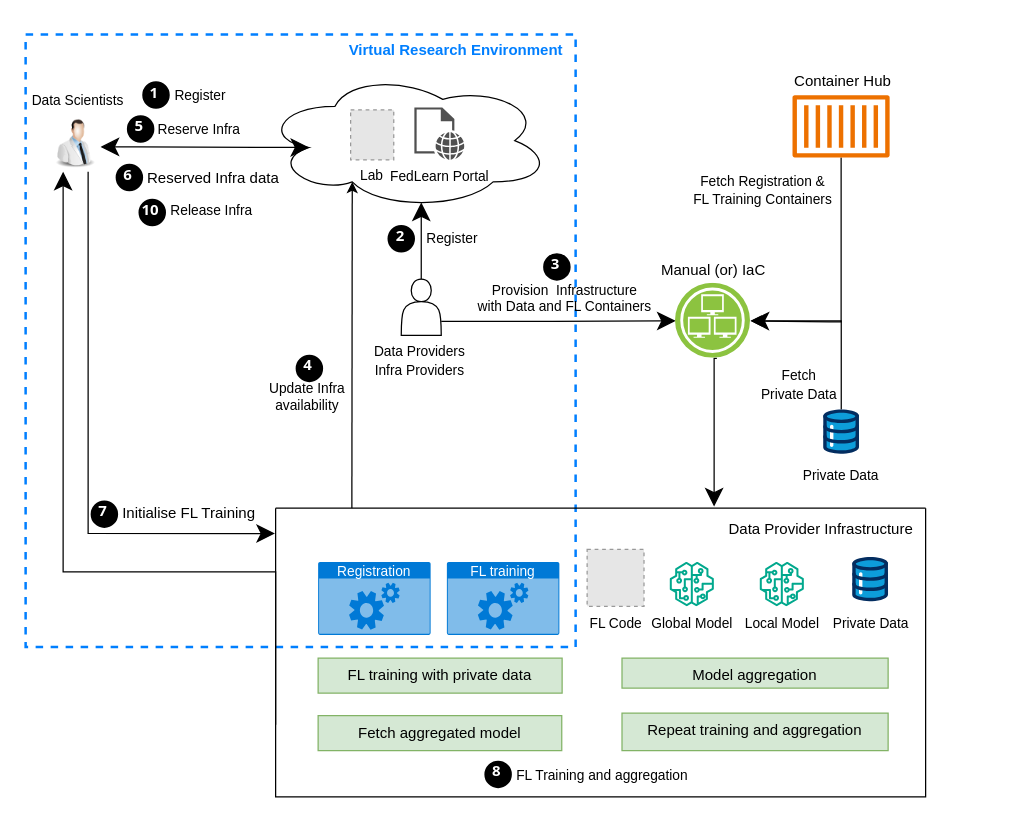
Above: Thesis/Workflow.drawio in anandanlk/Drawings (draw.io), before the change. Source tidied: cells renumbered, new cells numbered last; positions are measured from the earlier drawing's top-left corner, leaving out a move shared by most shapes. Both pictures are drawn from the tidied source at 125%, with x=0, y=0 at pixel (21, 21). Pictures stored in the file or linked from it are replaced by grey dashed boxes.
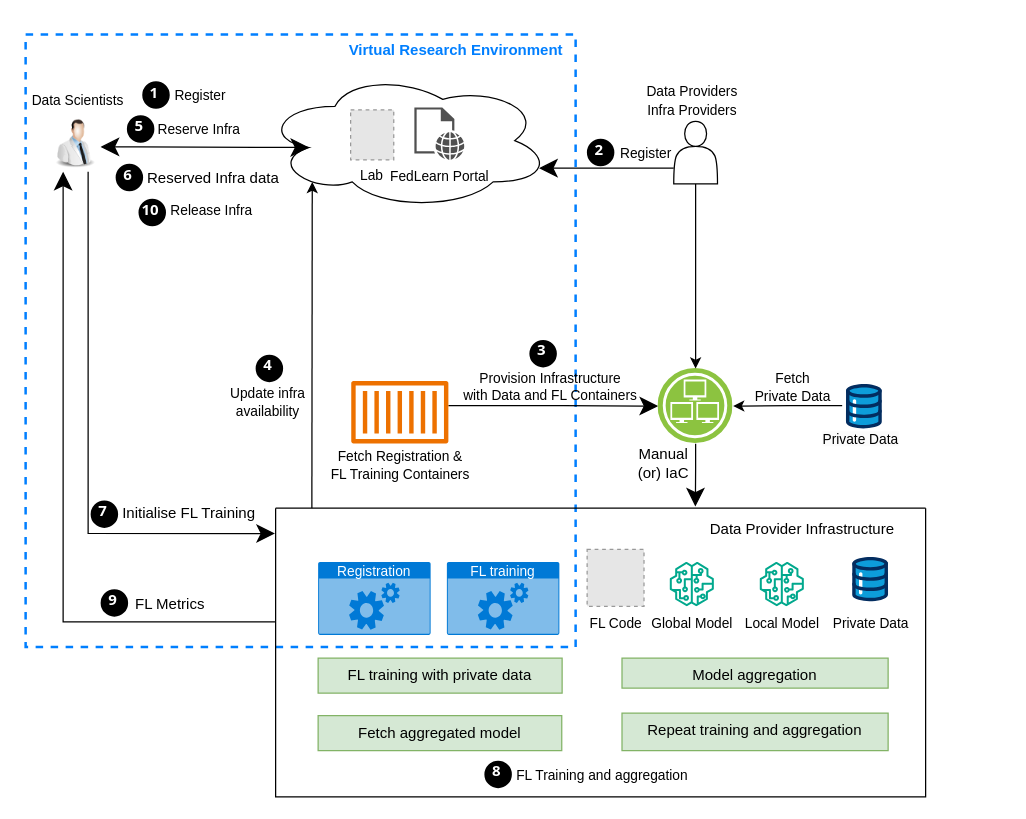
The same diagram, later.

Unchanged cells that the change refers to:
```xml
<mxCell id="3" style="image;html=1;image=img/lib/clip_art/people/Scientist_Man_128x128.png;" parent="1" vertex="1">
  <mxGeometry x="23" y="74.9" width="40" height="45" as="geometry" />
</mxCell>
<mxCell id="10" style="ellipse;shape=cloud;whiteSpace=wrap;html=1;" parent="9" vertex="1">
  <mxGeometry x="-20" y="40" width="230" height="110" as="geometry" />
</mxCell>
<mxCell id="24" style="swimlane;startSize=0;" parent="1" vertex="1">
  <mxGeometry x="203" y="389" width="520" height="231" as="geometry" />
</mxCell>
```

Diff of the diagram source:
```diff
@@
-    <mxCell id="5" style="group;" parent="1" vertex="1">
-      <mxGeometry x="352" y="204.8" width="85" height="69" as="geometry" />
-    </mxCell>
-    <mxCell id="6" style="shape=actor;whiteSpace=wrap;html=1;" parent="5" vertex="1">
-      <mxGeometry x="-48.5" y="1" width="32" height="45" as="geometry" />
-    </mxCell>
-    <mxCell id="7" style="edgeStyle=orthogonalEdgeStyle;rounded=0;orthogonalLoop=1;jettySize=auto;html=1;exitX=0.5;exitY=1;exitDx=0;exitDy=0;entryX=0.622;entryY=-0.007;entryDx=0;entryDy=0;entryPerimeter=0;endSize=12;startSize=12;" parent="1" edge="1">
+    <mxCell id="7" style="edgeStyle=orthogonalEdgeStyle;rounded=0;jettySize=auto;html=1;exitX=0.5;exitY=1;exitDx=0;exitDy=0;entryX=0.622;entryY=-0.007;entryDx=0;entryDy=0;entryPerimeter=0;endSize=12;startSize=12;" parent="1" edge="1" source="42">
       <mxGeometry relative="1" as="geometry">
-        <mxPoint x="556" y="269.2" as="sourcePoint" />
-        <mxPoint x="553.8" y="387.7" as="targetPoint" />
-        <Array as="points">
-          <mxPoint x="554" y="269" />
-        </Array>
+        <mxPoint x="538.8" y="387.7" as="targetPoint" />
       </mxGeometry>
     </mxCell>
-    <mxCell id="8" value="Update Infra&lt;div&gt;availability&lt;/div&gt;" style="edgeLabel;html=1;align=center;verticalAlign=middle;labelBackgroundColor=none;" parent="7" vertex="1">
-      <mxGeometry x="-0.18" relative="1" as="geometry">
-        <mxPoint x="-326" y="-16" as="offset" />
-      </mxGeometry>
-    </mxCell>
@@
-    <mxCell id="15" style="edgeStyle=orthogonalEdgeStyle;rounded=0;jettySize=auto;html=1;exitX=0.5;exitY=0;exitDx=0;exitDy=0;entryX=0.55;entryY=0.95;entryDx=0;entryDy=0;entryPerimeter=0;endSize=12;startSize=12;" parent="1" edge="1" source="6" target="10">
+    <mxCell id="15" style="edgeStyle=orthogonalEdgeStyle;rounded=0;jettySize=auto;html=1;exitX=0;exitY=0.75;exitDx=0;exitDy=0;entryX=0.96;entryY=0.7;entryDx=0;entryDy=0;entryPerimeter=0;endSize=12;startSize=12;" parent="1" edge="1" source="61" target="10">
       <mxGeometry relative="1" as="geometry" />
     </mxCell>
     <mxCell id="16" value="Register" style="edgeLabel;html=1;align=center;verticalAlign=middle;labelBackgroundColor=none;" parent="15" vertex="1">
       <mxGeometry x="-0.2" relative="1" as="geometry">
-        <mxPoint x="24" y="-8" as="offset" />
+        <mxPoint x="20" y="-13" as="offset" />
       </mxGeometry>
     </mxCell>
-    <mxCell id="17" style="edgeStyle=orthogonalEdgeStyle;rounded=0;jettySize=auto;html=1;entryX=1;entryY=0.5;entryDx=0;entryDy=0;endSize=12;startSize=12;" parent="1" edge="1" source="44" target="42">
+    <mxCell id="17" style="edgeStyle=orthogonalEdgeStyle;rounded=0;jettySize=auto;html=1;entryX=0;entryY=0.5;entryDx=0;entryDy=0;endSize=12;startSize=12;" parent="1" edge="1" source="44" target="42">
       <mxGeometry relative="1" as="geometry">
         <Array as="points">
-          <mxPoint x="655" y="240" />
-          <mxPoint x="646" y="240" />
+          <mxPoint x="433" y="307" />
+          <mxPoint x="433" y="307" />
         </Array>
       </mxGeometry>
     </mxCell>
-    <mxCell id="18" style="edgeStyle=orthogonalEdgeStyle;rounded=0;jettySize=auto;html=1;exitX=1;exitY=0.75;exitDx=0;exitDy=0;entryX=0;entryY=0.5;entryDx=0;entryDy=0;endSize=12;startSize=12;" parent="1" edge="1" source="6" target="42">
-      <mxGeometry relative="1" as="geometry" />
-    </mxCell>
-    <mxCell id="19" value="Provision&amp;nbsp;&amp;nbsp;&lt;span style=&quot;background-color: initial;&quot;&gt;Infrastructure&lt;/span&gt;&lt;div&gt;&lt;span style=&quot;background-color: initial;&quot;&gt;with Data and FL Containers&lt;/span&gt;&lt;/div&gt;&lt;div&gt;&lt;div&gt;&lt;br&gt;&lt;/div&gt;&lt;/div&gt;" style="edgeLabel;html=1;align=center;verticalAlign=middle;labelBackgroundColor=none;" parent="18" vertex="1">
-      <mxGeometry x="-0.14" y="-2" relative="1" as="geometry">
-        <mxPoint x="17" y="-14" as="offset" />
-      </mxGeometry>
-    </mxCell>
-    <mxCell id="20" style="edgeStyle=orthogonalEdgeStyle;rounded=0;jettySize=auto;html=1;entryX=1;entryY=0.5;entryDx=0;entryDy=0;" parent="1" edge="1" source="21" target="42">
-      <mxGeometry relative="1" as="geometry">
-        <Array as="points">
-          <mxPoint x="655" y="239" />
-        </Array>
-      </mxGeometry>
+    <mxCell id="20" style="edgeStyle=orthogonalEdgeStyle;rounded=0;jettySize=auto;html=1;entryX=1;entryY=0.5;entryDx=0;entryDy=0;exitX=-0.106;exitY=0.488;exitDx=0;exitDy=0;exitPerimeter=0;" parent="1" edge="1" source="21" target="42">
+      <mxGeometry relative="1" as="geometry" />
     </mxCell>
-    <mxCell id="21" value="Private Data" style="verticalLabelPosition=bottom;html=1;shape=mxgraph.salesforce.data;fontSize=11;" parent="1" vertex="1">
-      <mxGeometry x="641" y="310" width="28.8" height="35.5" as="geometry" />
+    <mxCell id="21" style="verticalLabelPosition=bottom;html=1;shape=mxgraph.salesforce.data;fontSize=11;" parent="1" vertex="1">
+      <mxGeometry x="659.2" y="289.7" width="28.8" height="35.5" as="geometry" />
     </mxCell>
-    <mxCell id="22" style="edgeStyle=orthogonalEdgeStyle;rounded=0;jettySize=auto;html=1;exitX=0;exitY=0.75;exitDx=0;exitDy=0;entryX=0.25;entryY=1;entryDx=0;entryDy=0;endSize=12;startSize=12;" parent="1" edge="1" source="24" target="3">
+    <mxCell id="22" style="edgeStyle=orthogonalEdgeStyle;rounded=0;jettySize=auto;html=1;exitX=-0.001;exitY=0.394;exitDx=0;exitDy=0;entryX=0.25;entryY=1;entryDx=0;entryDy=0;endSize=12;startSize=12;exitPerimeter=0;" parent="1" edge="1" source="24" target="3">
       <mxGeometry relative="1" as="geometry">
         <Array as="points">
-          <mxPoint x="203" y="440" />
-          <mxPoint x="33" y="440" />
+          <mxPoint x="33" y="480" />
         </Array>
       </mxGeometry>
     </mxCell>
@@
     <mxCell id="37" value="Data Provider Infrastructure" style="text;html=1;align=center;verticalAlign=middle;whiteSpace=wrap;rounded=0;" parent="24" vertex="1">
-      <mxGeometry x="343" y="7" width="186.5" height="20" as="geometry" />
+      <mxGeometry x="328" y="7" width="186.5" height="20" as="geometry" />
     </mxCell>
@@
-    <mxCell id="39" value="&lt;font style=&quot;font-size: 11px;&quot;&gt;Data Providers&lt;/font&gt;&lt;div&gt;&lt;span style=&quot;font-size: 11px;&quot;&gt;Infra Providers&lt;/span&gt;&lt;/div&gt;" style="text;html=1;align=center;verticalAlign=middle;whiteSpace=wrap;rounded=0;" parent="1" vertex="1">
-      <mxGeometry x="275.5" y="258" width="85" height="25" as="geometry" />
-    </mxCell>
@@
-    <mxCell id="42" style="image;perimeter=ellipsePerimeter;html=1;align=center;shadow=0;dashed=0;fontColor=#4277BB;labelBackgroundColor=default;fontSize=12;spacingTop=3;image=img/lib/ibm/infrastructure/infrastructure_services.svg;" parent="1" vertex="1">
-      <mxGeometry x="523" y="209.2" width="60" height="60" as="geometry" />
-    </mxCell>
-    <mxCell id="43" value="Manual (or) IaC" style="text;html=1;align=center;verticalAlign=middle;whiteSpace=wrap;rounded=0;" parent="1" vertex="1">
-      <mxGeometry x="504.5" y="183.5" width="97" height="30" as="geometry" />
+    <mxCell id="43" value="Manual&lt;div&gt;(or) IaC&lt;/div&gt;" style="text;html=1;align=center;verticalAlign=middle;whiteSpace=wrap;rounded=0;" parent="1" vertex="1">
+      <mxGeometry x="465" y="338.2" width="97" height="30" as="geometry" />
     </mxCell>
     <mxCell id="44" style="sketch=0;outlineConnect=0;fontColor=#232F3E;gradientColor=none;fillColor=#ED7100;strokeColor=none;dashed=0;verticalLabelPosition=bottom;verticalAlign=top;align=center;html=1;fontSize=12;fontStyle=0;shape=mxgraph.aws4.container_1;" parent="1" vertex="1">
-      <mxGeometry x="616.5" y="58.5" width="77.7" height="50.2" as="geometry" />
+      <mxGeometry x="263.5" y="287.2" width="77.7" height="50.2" as="geometry" />
     </mxCell>
-    <mxCell id="45" value="Container Hub" style="text;html=1;align=center;verticalAlign=middle;whiteSpace=wrap;rounded=0;" parent="1" vertex="1">
-      <mxGeometry x="617.4" y="33" width="80" height="30" as="geometry" />
-    </mxCell>
-    <mxCell id="46" value="&lt;div style=&quot;font-size: 11px; text-wrap: nowrap;&quot;&gt;&lt;br&gt;&lt;/div&gt;" style="text;html=1;align=center;verticalAlign=middle;whiteSpace=wrap;rounded=0;" parent="1" vertex="1">
-      <mxGeometry x="657" y="119.9" width="130" height="70" as="geometry" />
-    </mxCell>
     <mxCell id="47" value="&lt;span style=&quot;font-size: 11px; text-wrap: nowrap;&quot;&gt;Fetch&lt;/span&gt;&lt;div&gt;&lt;span style=&quot;font-size: 11px; text-wrap: nowrap;&quot;&gt;Private Data&lt;/span&gt;&lt;/div&gt;" style="text;html=1;align=center;verticalAlign=middle;whiteSpace=wrap;rounded=0;" parent="1" vertex="1">
-      <mxGeometry x="592" y="275" width="60" height="30" as="geometry" />
+      <mxGeometry x="586.5" y="277.4" width="60" height="30" as="geometry" />
     </mxCell>
     <mxCell id="48" value="&lt;div style=&quot;text-wrap: nowrap; font-size: 11px;&quot;&gt;Fetch Registration &amp;amp;&lt;/div&gt;&lt;div style=&quot;text-wrap: nowrap; font-size: 11px;&quot;&gt;FL Training Containers&lt;/div&gt;" style="text;html=1;align=center;verticalAlign=middle;whiteSpace=wrap;rounded=0;" parent="1" vertex="1">
-      <mxGeometry x="563" y="119.9" width="60" height="30" as="geometry" />
+      <mxGeometry x="273.3" y="340.4" width="60" height="30" as="geometry" />
     </mxCell>
@@
     <mxCell id="50" value="2" style="ellipse;whiteSpace=wrap;html=1;strokeWidth=2;fontFamily=Tahoma;spacingBottom=4;spacingRight=2;fillColor=#000000;fontColor=#FFFFFF;fontStyle=1;" parent="1" vertex="1">
-      <mxGeometry x="293.5" y="163.5" width="20" height="20" as="geometry" />
+      <mxGeometry x="453" y="94.5" width="20" height="20" as="geometry" />
     </mxCell>
     <mxCell id="51" value="4" style="ellipse;whiteSpace=wrap;html=1;strokeWidth=2;fontFamily=Tahoma;spacingBottom=4;spacingRight=2;fillColor=#000000;fontColor=#FFFFFF;fontStyle=1;" parent="1" vertex="1">
-      <mxGeometry x="220" y="267.2" width="20" height="20" as="geometry" />
+      <mxGeometry x="188" y="267.2" width="20" height="20" as="geometry" />
     </mxCell>
-    <mxCell id="52" style="edgeStyle=orthogonalEdgeStyle;rounded=0;jettySize=auto;html=1;entryX=0.31;entryY=0.8;entryDx=0;entryDy=0;entryPerimeter=0;" parent="1" edge="1" target="10">
+    <mxCell id="52" style="edgeStyle=orthogonalEdgeStyle;rounded=0;orthogonalLoop=1;jettySize=auto;html=1;entryX=0.31;entryY=0.8;entryDx=0;entryDy=0;entryPerimeter=0;" parent="1" edge="1">
       <mxGeometry relative="1" as="geometry">
-        <mxPoint x="264" y="389" as="sourcePoint" />
+        <mxPoint x="232" y="389" as="sourcePoint" />
+        <mxPoint x="232.3" y="128" as="targetPoint" />
         <Array as="points">
-          <mxPoint x="264" y="389" />
+          <mxPoint x="232" y="389" />
         </Array>
       </mxGeometry>
     </mxCell>
@@
     <mxCell id="54" value="3" style="ellipse;whiteSpace=wrap;html=1;strokeWidth=2;fontFamily=Tahoma;spacingBottom=4;spacingRight=2;fillColor=#000000;fontColor=#FFFFFF;fontStyle=1;" parent="1" vertex="1">
-      <mxGeometry x="418" y="186" width="20" height="20" as="geometry" />
+      <mxGeometry x="407" y="255.4" width="20" height="20" as="geometry" />
     </mxCell>
@@
+    <mxCell id="42" style="image;perimeter=ellipsePerimeter;html=1;align=center;shadow=0;dashed=0;fontColor=#4277BB;labelBackgroundColor=default;fontSize=12;spacingTop=3;image=img/lib/ibm/infrastructure/infrastructure_services.svg;" parent="1" vertex="1">
+      <mxGeometry x="509" y="277.4" width="60" height="60" as="geometry" />
+    </mxCell>
+    <mxCell id="39" value="&lt;font style=&quot;font-size: 11px;&quot;&gt;Data Providers&lt;/font&gt;&lt;div&gt;&lt;span style=&quot;font-size: 11px;&quot;&gt;Infra Providers&lt;/span&gt;&lt;/div&gt;" style="text;html=1;align=center;verticalAlign=middle;whiteSpace=wrap;rounded=0;" parent="1" vertex="1">
+      <mxGeometry x="494" y="50" width="85" height="25" as="geometry" />
+    </mxCell>
+    <mxCell id="60" style="edgeStyle=orthogonalEdgeStyle;rounded=0;jettySize=auto;html=1;entryX=0.5;entryY=0;entryDx=0;entryDy=0;" parent="1" edge="1" source="61" target="42">
+      <mxGeometry relative="1" as="geometry" />
+    </mxCell>
+    <mxCell id="61" style="shape=actor;whiteSpace=wrap;html=1;" parent="1" vertex="1">
+      <mxGeometry x="521.5" y="79.5" width="35" height="50" as="geometry" />
+    </mxCell>
+    <mxCell id="62" value="&lt;span style=&quot;color: rgb(0, 0, 0); font-family: Helvetica; font-size: 11px; font-style: normal; font-variant-ligatures: normal; font-variant-caps: normal; font-weight: 400; letter-spacing: normal; orphans: 2; text-align: center; text-indent: 0px; text-transform: none; widows: 2; word-spacing: 0px; -webkit-text-stroke-width: 0px; white-space: nowrap; background-color: rgb(251, 251, 251); text-decoration-thickness: initial; text-decoration-style: initial; text-decoration-color: initial; display: inline !important; float: none;&quot;&gt;Private Data&lt;/span&gt;" style="text;whiteSpace=wrap;html=1;" parent="1" vertex="1">
+      <mxGeometry x="638.6" y="320.4" width="70" height="20" as="geometry" />
+    </mxCell>
+    <mxCell id="63" value="&lt;span style=&quot;font-size: 11px; text-wrap: nowrap;&quot;&gt;Update infra&lt;/span&gt;&lt;div&gt;&lt;span style=&quot;font-size: 11px; text-wrap: nowrap;&quot;&gt;availability&lt;/span&gt;&lt;/div&gt;" style="text;html=1;align=center;verticalAlign=middle;whiteSpace=wrap;rounded=0;" parent="1" vertex="1">
+      <mxGeometry x="167" y="289.4" width="60" height="30" as="geometry" />
+    </mxCell>
+    <mxCell id="19" value="&lt;div style=&quot;text-wrap: nowrap; font-size: 11px;&quot;&gt;Provision Infrastructure&lt;/div&gt;&lt;div style=&quot;text-wrap: nowrap; font-size: 11px;&quot;&gt;with Data and FL Containers&lt;/div&gt;" style="text;html=1;align=center;verticalAlign=middle;whiteSpace=wrap;rounded=0;" parent="1" vertex="1">
+      <mxGeometry x="393" y="277.4" width="60" height="30" as="geometry" />
+    </mxCell>
+    <mxCell id="64" value="FL Metrics" style="text;html=1;align=left;verticalAlign=middle;whiteSpace=wrap;rounded=0;fontSize=12;" parent="1" vertex="1">
+      <mxGeometry x="89" y="456" width="96" height="20" as="geometry" />
+    </mxCell>
+    <mxCell id="65" value="9" style="ellipse;whiteSpace=wrap;html=1;strokeWidth=2;fontFamily=Tahoma;spacingBottom=4;spacingRight=2;fillColor=#000000;fontColor=#FFFFFF;fontStyle=1;" parent="1" vertex="1">
+      <mxGeometry x="64" y="454.8" width="20" height="20" as="geometry" />
+    </mxCell>
```
